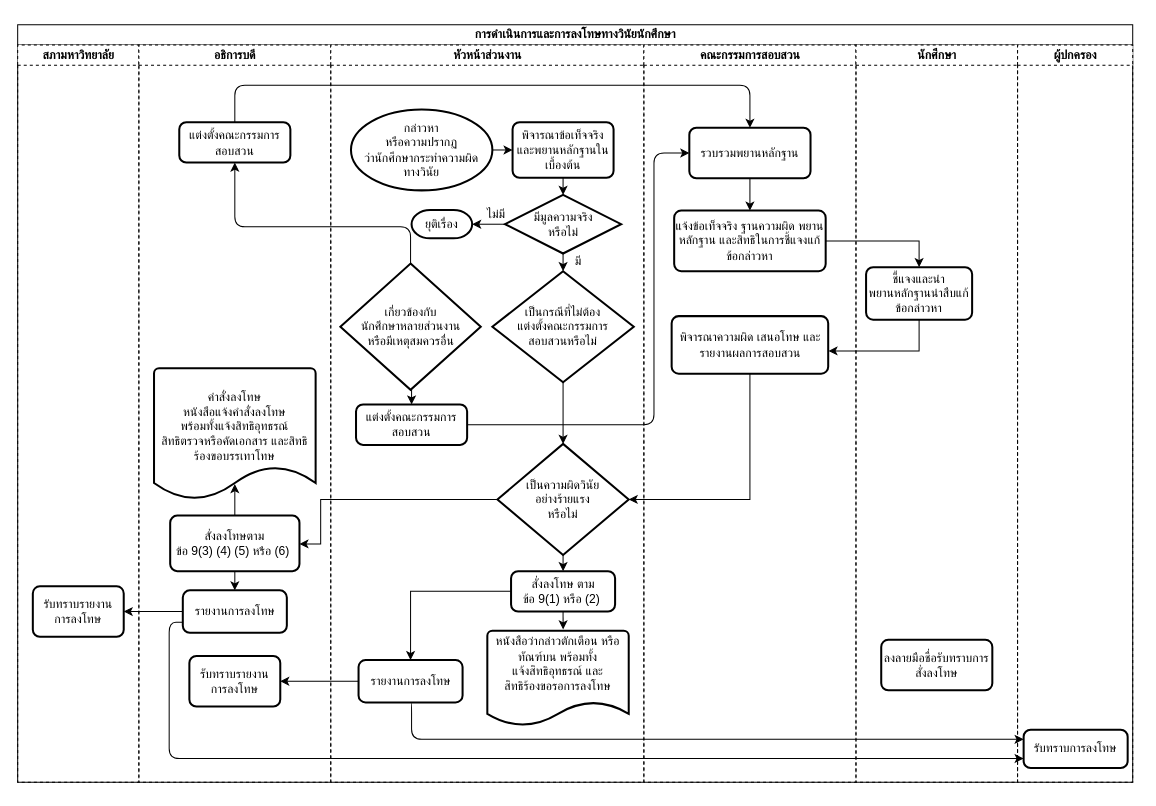
Earlier version of the draw.io diagram flow_vinai_faculty.drawio (ninjacharlee/test). Source tidied: cells renumbered, new cells numbered last; positions are measured from the earlier drawing's top-left corner, leaving out a move shared by most shapes. Both pictures are drawn from the tidied source at 101%, with x=0, y=0 at pixel (17, 24).
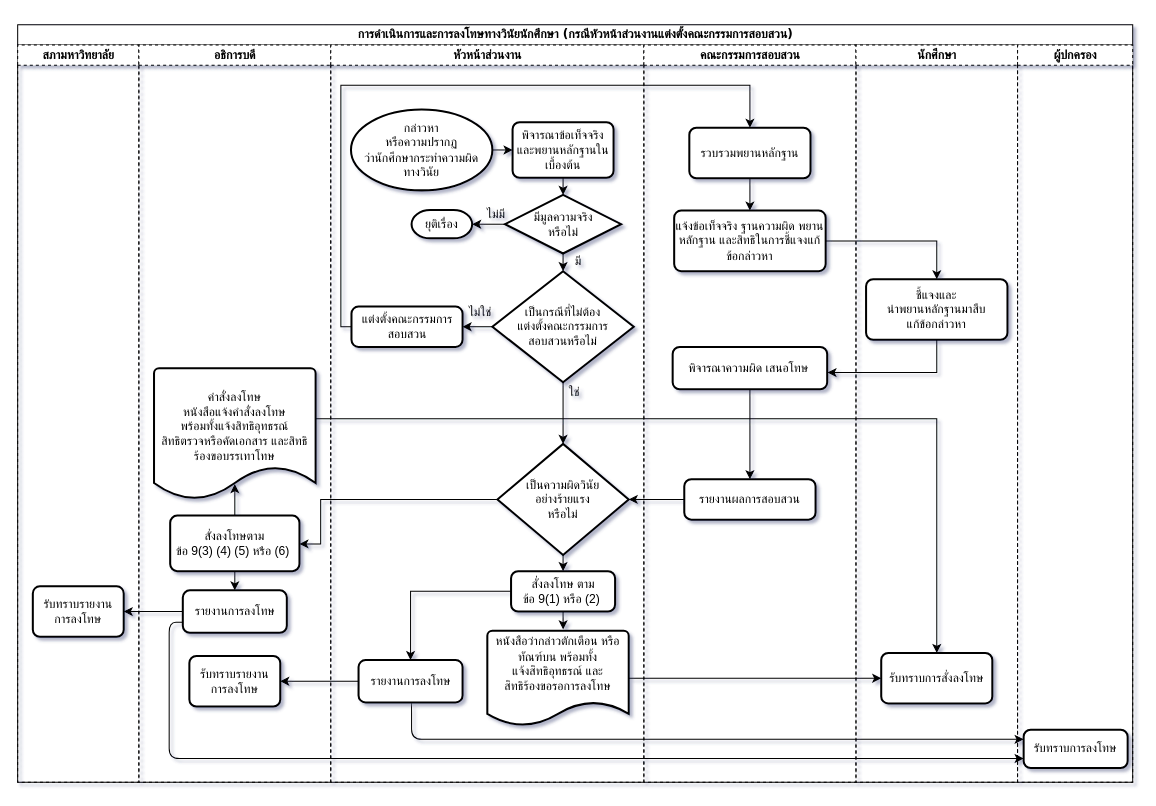
Above is the later version.

Unchanged cells that the change refers to:
```xml
<mxCell id="5" value="อธิการบดี" style="swimlane;html=1;startSize=20;dashed=1;" parent="2" vertex="1">
  <mxGeometry x="120" y="20" width="190" height="730" as="geometry" />
</mxCell>
<mxCell id="9" value="คำสั่งลงโทษ&lt;br&gt;หนังสือแจ้งคำสั่งลงโทษ&lt;br&gt;พร้อมทั้งแจ้งสิทธิอุทธรณ์ &lt;br&gt;สิทธิตรวจหรือคัดเอกสาร และสิทธิร้องขอบรรเทาโทษ&lt;br&gt;&lt;br&gt;" style="strokeWidth=2;html=1;shape=mxgraph.flowchart.document2;whiteSpace=wrap;size=0.25;" parent="5" vertex="1">
  <mxGeometry x="15" y="320" width="160" height="130" as="geometry" />
</mxCell>
<mxCell id="13" value="หัวหน้าส่วนงาน" style="swimlane;html=1;startSize=20;dashed=1;" parent="2" vertex="1">
  <mxGeometry x="310" y="20" width="310" height="730" as="geometry" />
</mxCell>
<mxCell id="23" value="เป็นกรณีที่ไม่ต้อง&lt;br&gt;แต่งตั้งคณะกรรมการ&lt;br&gt;สอบสวนหรือไม่" style="strokeWidth=2;html=1;shape=mxgraph.flowchart.decision;whiteSpace=wrap;" parent="13" vertex="1">
  <mxGeometry x="160" y="224" width="140" height="110" as="geometry" />
</mxCell>
<mxCell id="25" value="เป็นความผิดวินัย&lt;br&gt;อย่างร้ายแรง&lt;br&gt;หรือไม่" style="strokeWidth=2;html=1;shape=mxgraph.flowchart.decision;whiteSpace=wrap;" parent="13" vertex="1">
  <mxGeometry x="165" y="395" width="130" height="110" as="geometry" />
</mxCell>
<mxCell id="31" value="หนังสือว่ากล่าวตักเตือน หรือทัณฑ์บน พร้อมทั้ง&lt;br&gt;แจ้งสิทธิอุทธรณ์ และ&lt;br&gt;สิทธิร้องขอรอการลงโทษ&lt;br&gt;&lt;br&gt;&lt;br&gt;" style="strokeWidth=2;html=1;shape=mxgraph.flowchart.document2;whiteSpace=wrap;size=0.25;rounded=0;shadow=0;glass=0;comic=0;gradientColor=none;" parent="13" vertex="1">
  <mxGeometry x="155" y="580" width="140" height="94" as="geometry" />
</mxCell>
<mxCell id="36" value="คณะกรรมการสอบสวน" style="swimlane;html=1;startSize=20;dashed=1;" parent="2" vertex="1">
  <mxGeometry x="620" y="20" width="210" height="730" as="geometry" />
</mxCell>
<mxCell id="38" value="รวบรวมพยานหลักฐาน" style="rounded=1;whiteSpace=wrap;html=1;absoluteArcSize=1;arcSize=14;strokeWidth=2;" parent="36" vertex="1">
  <mxGeometry x="45" y="82" width="120" height="50" as="geometry" />
</mxCell>
<mxCell id="41" value="นักศึกษา" style="swimlane;html=1;startSize=20;dashed=1;" parent="2" vertex="1">
  <mxGeometry x="830" y="20" width="160" height="730" as="geometry" />
</mxCell>
```

What changed in the source:
```diff
@@
-<mxGraphModel background="#ffffff">
+<mxGraphModel background="#ffffff" shadow="1">
@@
-    <mxCell id="2" value="&lt;h2&gt;การดำเนินการและการลงโทษทางวินัยนักศึกษา&lt;/h2&gt;" style="swimlane;html=1;startSize=20;rounded=0;shadow=0;labelBackgroundColor=none;strokeColor=#000000;strokeWidth=1;fillColor=#ffffff;fontFamily=Verdana;fontSize=8;fontColor=#000000;align=center;" parent="1" vertex="1">
+    <mxCell id="2" value="&lt;h2&gt;การดำเนินการและการลงโทษทางวินัยนักศึกษา (กรณีหัวหน้าส่วนงานแต่งตั้งคณะกรรมการสอบสวน)&lt;/h2&gt;" style="swimlane;html=1;startSize=20;rounded=0;shadow=0;labelBackgroundColor=none;strokeColor=#000000;strokeWidth=1;fillColor=#ffffff;fontFamily=Verdana;fontSize=8;fontColor=#000000;align=center;" parent="1" vertex="1">
       <mxGeometry width="1104" height="750" as="geometry" />
     </mxCell>
@@
-    <mxCell id="12" value="แต่งตั้งคณะกรรมการสอบสวน" style="rounded=1;whiteSpace=wrap;html=1;absoluteArcSize=1;arcSize=14;strokeWidth=2;shadow=0;glass=0;comic=0;gradientColor=none;" parent="5" vertex="1">
-      <mxGeometry x="40" y="76.5" width="110" height="40" as="geometry" />
-    </mxCell>
@@
+    <mxCell id="57" style="edgeStyle=orthogonalEdgeStyle;rounded=0;jettySize=auto;html=1;exitX=0;exitY=0.5;exitDx=0;exitDy=0;exitPerimeter=0;entryX=1;entryY=0.5;entryDx=0;entryDy=0;" parent="13" edge="1" source="23" target="35">
+      <mxGeometry relative="1" as="geometry" />
+    </mxCell>
@@
-    <mxCell id="33" style="edgeStyle=orthogonalEdgeStyle;rounded=0;jettySize=auto;html=1;exitX=0.5;exitY=1;exitDx=0;exitDy=0;exitPerimeter=0;entryX=0.5;entryY=0;entryDx=0;entryDy=0;" parent="13" edge="1" source="34" target="35">
-      <mxGeometry relative="1" as="geometry" />
-    </mxCell>
-    <mxCell id="34" value="เกี่ยวข้องกับ&lt;br&gt;นักศึกษาหลายส่วนงาน&lt;br&gt;หรือมีเหตุสมควรอื่น" style="strokeWidth=2;html=1;shape=mxgraph.flowchart.decision;whiteSpace=wrap;rounded=0;shadow=0;glass=0;comic=0;gradientColor=none;" parent="13" vertex="1">
-      <mxGeometry x="9.5" y="216.5" width="139" height="125" as="geometry" />
-    </mxCell>
     <mxCell id="35" value="แต่งตั้งคณะกรรมการสอบสวน" style="rounded=1;whiteSpace=wrap;html=1;absoluteArcSize=1;arcSize=14;strokeWidth=2;shadow=0;glass=0;comic=0;gradientColor=none;" parent="13" vertex="1">
-      <mxGeometry x="25" y="356" width="110" height="40" as="geometry" />
+      <mxGeometry x="20.5" y="259" width="110" height="40" as="geometry" />
     </mxCell>
@@
+    <mxCell id="58" style="edgeStyle=orthogonalEdgeStyle;rounded=0;jettySize=auto;html=1;entryX=0.5;entryY=0;entryDx=0;entryDy=0;" parent="36" edge="1" source="40" target="59">
+      <mxGeometry relative="1" as="geometry" />
+    </mxCell>
-    <mxCell id="40" value="พิจารณาความผิด เสนอโทษ และรายงานผลการสอบสวน" style="rounded=1;whiteSpace=wrap;html=1;absoluteArcSize=1;arcSize=14;strokeWidth=2;" parent="36" vertex="1">
-      <mxGeometry x="27.5" y="268.5" width="155" height="57" as="geometry" />
+    <mxCell id="40" value="พิจารณาความผิด เสนอโทษ&amp;nbsp;" style="rounded=1;whiteSpace=wrap;html=1;absoluteArcSize=1;arcSize=14;strokeWidth=2;" parent="36" vertex="1">
+      <mxGeometry x="28.5" y="299" width="153" height="42" as="geometry" />
     </mxCell>
+    <mxCell id="59" value="รายงานผลการสอบสวน" style="rounded=1;whiteSpace=wrap;html=1;absoluteArcSize=1;arcSize=14;strokeWidth=2;" parent="36" vertex="1">
+      <mxGeometry x="40" y="430" width="130" height="40" as="geometry" />
+    </mxCell>
@@
-    <mxCell id="42" value="ชี้แจงและนำ&lt;br&gt;พยานหลักฐานนำสืบแก้ข้อกล่าวหา" style="rounded=1;whiteSpace=wrap;html=1;absoluteArcSize=1;arcSize=14;strokeWidth=2;" parent="41" vertex="1">
-      <mxGeometry x="10" y="220" width="105" height="52" as="geometry" />
+    <mxCell id="42" value="ชี้แจงและ&lt;br&gt;นำพยานหลักฐานมาสืบ&lt;br&gt;แก้ข้อกล่าวหา" style="rounded=1;whiteSpace=wrap;html=1;absoluteArcSize=1;arcSize=14;strokeWidth=2;" parent="41" vertex="1">
+      <mxGeometry x="10" y="232" width="140" height="60" as="geometry" />
     </mxCell>
-    <mxCell id="43" value="ลงลายมือชื่อรับทราบการสั่งลงโทษ" style="rounded=1;whiteSpace=wrap;html=1;absoluteArcSize=1;arcSize=14;strokeWidth=2;shadow=0;glass=0;comic=0;gradientColor=none;" parent="41" vertex="1">
-      <mxGeometry x="25" y="589" width="110" height="50" as="geometry" />
+    <mxCell id="43" value="รับทราบการสั่งลงโทษ" style="rounded=1;whiteSpace=wrap;html=1;absoluteArcSize=1;arcSize=14;strokeWidth=2;shadow=0;glass=0;comic=0;gradientColor=none;" parent="41" vertex="1">
+      <mxGeometry x="25" y="602" width="110" height="50" as="geometry" />
     </mxCell>
@@
-    <mxCell id="51" style="edgeStyle=elbowEdgeStyle;elbow=vertical;endArrow=classic;html=1;exitX=0.5;exitY=0;exitDx=0;exitDy=0;exitPerimeter=0;entryX=0.5;entryY=1;entryDx=0;entryDy=0;" parent="2" edge="1" source="34" target="12">
-      <mxGeometry relative="1" as="geometry">
-        <Array as="points">
-          <mxPoint x="300" y="200" />
-          <mxPoint x="270" y="170" />
-          <mxPoint x="240" y="210" />
-        </Array>
-      </mxGeometry>
-    </mxCell>
-    <mxCell id="52" style="edgeStyle=elbowEdgeStyle;elbow=vertical;endArrow=classic;html=1;exitX=0.5;exitY=0;exitDx=0;exitDy=0;entryX=0.5;entryY=0;entryDx=0;entryDy=0;" parent="2" edge="1" source="12" target="38">
-      <mxGeometry relative="1" as="geometry">
-        <Array as="points">
-          <mxPoint x="470" y="60" />
-        </Array>
-      </mxGeometry>
-    </mxCell>
-    <mxCell id="53" style="edgeStyle=elbowEdgeStyle;elbow=horizontal;endArrow=classic;html=1;exitX=1;exitY=0.5;exitDx=0;exitDy=0;entryX=0;entryY=0.5;entryDx=0;entryDy=0;" parent="2" edge="1" source="35" target="38">
-      <mxGeometry relative="1" as="geometry">
-        <Array as="points">
-          <mxPoint x="630" y="260" />
-        </Array>
-      </mxGeometry>
-    </mxCell>
@@
-    <mxCell id="56" style="edgeStyle=orthogonalEdgeStyle;rounded=0;jettySize=auto;html=1;exitX=0.5;exitY=1;exitDx=0;exitDy=0;entryX=1;entryY=0.5;entryDx=0;entryDy=0;entryPerimeter=0;" parent="2" edge="1" source="40" target="25">
-      <mxGeometry relative="1" as="geometry" />
-    </mxCell>
+    <mxCell id="53" style="edgeStyle=orthogonalEdgeStyle;rounded=0;jettySize=auto;html=1;exitX=0;exitY=0.5;exitDx=0;exitDy=0;entryX=0.5;entryY=0;entryDx=0;entryDy=0;" parent="2" edge="1" source="35" target="38">
+      <mxGeometry relative="1" as="geometry">
+        <Array as="points">
+          <mxPoint x="320" y="299" />
+          <mxPoint x="320" y="60" />
+          <mxPoint x="725" y="60" />
+        </Array>
+      </mxGeometry>
+    </mxCell>
+    <mxCell id="60" style="edgeStyle=orthogonalEdgeStyle;rounded=0;jettySize=auto;html=1;entryX=0.5;entryY=0;entryDx=0;entryDy=0;" parent="2" edge="1" source="9" target="43">
+      <mxGeometry relative="1" as="geometry">
+        <Array as="points">
+          <mxPoint x="910" y="390" />
+        </Array>
+      </mxGeometry>
+    </mxCell>
+    <mxCell id="61" style="edgeStyle=orthogonalEdgeStyle;rounded=0;jettySize=auto;html=1;entryX=0;entryY=0.5;entryDx=0;entryDy=0;" parent="2" edge="1" source="31" target="43">
+      <mxGeometry relative="1" as="geometry" />
+    </mxCell>
+    <mxCell id="62" style="edgeStyle=orthogonalEdgeStyle;rounded=0;jettySize=auto;html=1;entryX=1;entryY=0.5;entryDx=0;entryDy=0;entryPerimeter=0;" parent="2" edge="1" source="59" target="25">
+      <mxGeometry relative="1" as="geometry" />
+    </mxCell>
+    <mxCell id="63" value="ไม่ใช่" style="text;html=1;align=left;verticalAlign=top;spacingTop=-4;" parent="1" vertex="1">
+      <mxGeometry x="445" y="275" width="40" height="20" as="geometry" />
+    </mxCell>
+    <mxCell id="64" value="ใช่" style="text;html=1;align=left;verticalAlign=top;spacingTop=-4;" parent="1" vertex="1">
+      <mxGeometry x="544" y="354" width="30" height="20" as="geometry" />
+    </mxCell>
```
